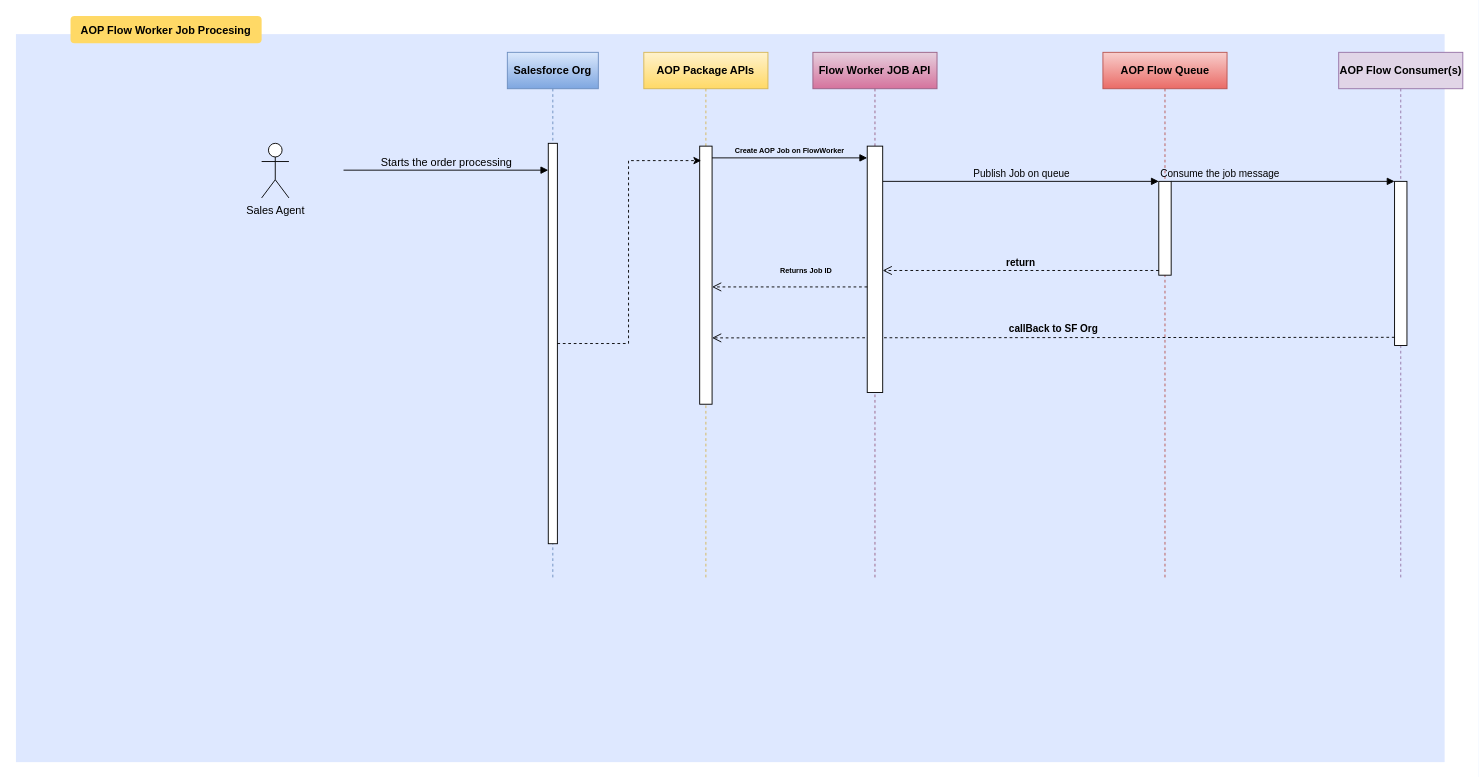
Before: HK_SEQ.drawio in Maxxpower/aop_diagrams, a draw.io diagram. Source tidied: cells renumbered, new cells numbered last; positions are measured from the earlier drawing's top-left corner, leaving out a move shared by most shapes. Both pictures are drawn from the tidied source at 91%, with x=0, y=0 at pixel (15, 15).
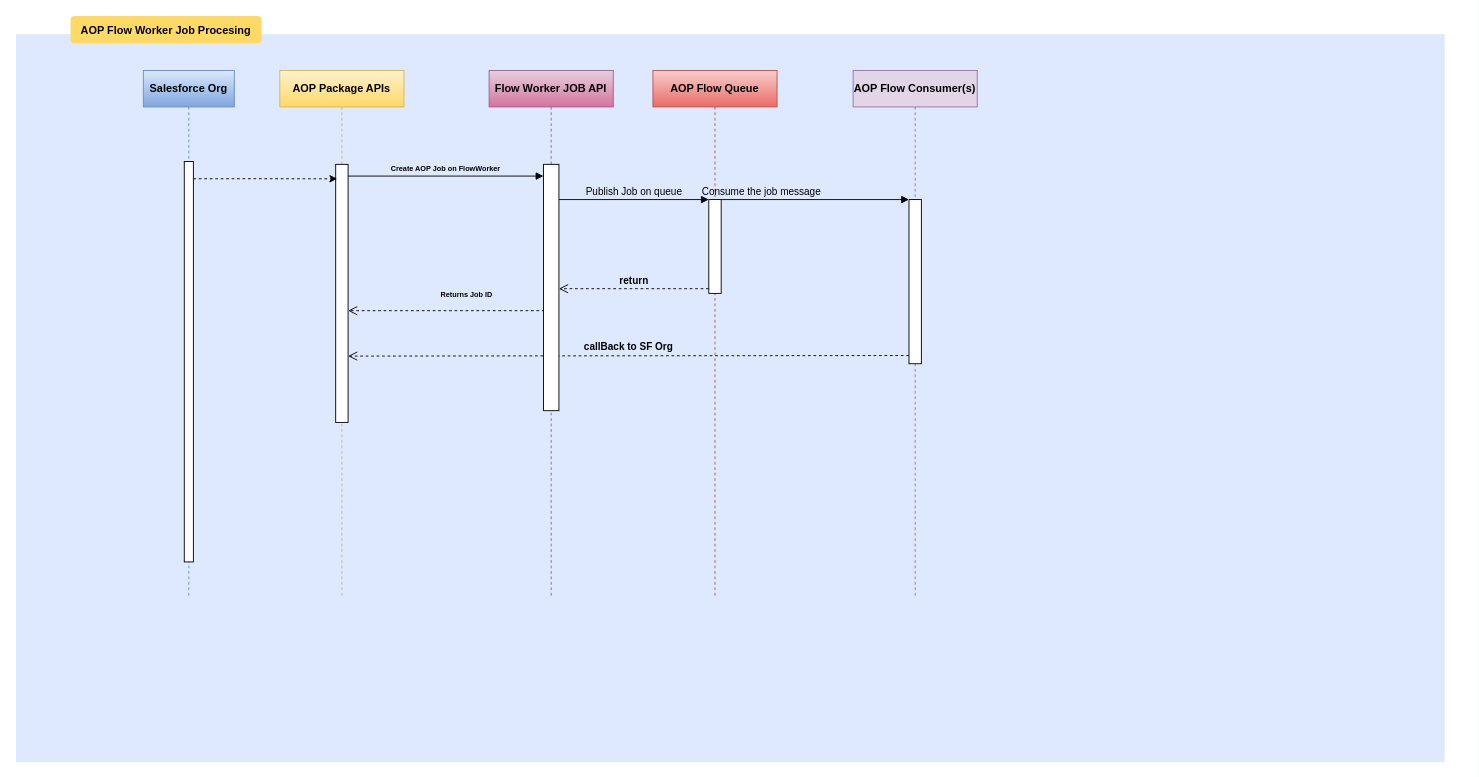
The same diagram, later.

Unchanged cells that the change refers to:
```xml
<mxCell id="13" style="html=1;points=[];perimeter=orthogonalPerimeter;" parent="4" vertex="1">
  <mxGeometry x="61.4" y="103.1" width="13.6" height="283.6" as="geometry" />
</mxCell>
<mxCell id="20" style="html=1;points=[];perimeter=orthogonalPerimeter;labelBackgroundColor=none;fontSize=12;" parent="19" vertex="1">
  <mxGeometry x="45" y="100" width="10" height="440" as="geometry" />
</mxCell>
```

What changed in the source:
```diff
@@
     <mxCell id="4" style="group;" parent="1" vertex="1">
-      <mxGeometry x="690" y="40" width="900" height="580" as="geometry" />
+      <mxGeometry x="290" y="60" width="900" height="580" as="geometry" />
     </mxCell>
@@
     <mxCell id="6" value="AOP Flow Queue" style="shape=umlLifeline;perimeter=lifelinePerimeter;whiteSpace=wrap;html=1;fillColor=#f8cecc;strokeColor=#b85450;fontStyle=1;gradientColor=#ea6b66;" parent="4" vertex="1">
-      <mxGeometry x="504.5" width="136.4" height="580" as="geometry" />
+      <mxGeometry x="410" width="136.4" height="580" as="geometry" />
     </mxCell>
@@
     <mxCell id="10" value="AOP Flow Consumer(s)" style="shape=umlLifeline;perimeter=lifelinePerimeter;whiteSpace=wrap;html=1;fillColor=#e1d5e7;strokeColor=#9673a6;fontStyle=1;" parent="4" vertex="1">
-      <mxGeometry x="763.6" width="136.4" height="580" as="geometry" />
+      <mxGeometry x="630" width="136.4" height="580" as="geometry" />
     </mxCell>
@@
+    <mxCell id="18" value="&lt;b&gt;Returns Job ID&lt;/b&gt;" style="html=1;verticalAlign=bottom;endArrow=open;dashed=1;endSize=8;rounded=0;labelBackgroundColor=none;fontSize=8;exitX=0.079;exitY=0.594;exitDx=0;exitDy=0;exitPerimeter=0;" parent="4" edge="1" source="17" target="13">
+      <mxGeometry x="-0.2" y="-10" relative="1" as="geometry" />
+    </mxCell>
+    <mxCell id="24" style="group;" parent="4" vertex="1">
+      <mxGeometry x="230" width="136.4" height="580" as="geometry" />
+    </mxCell>
-    <mxCell id="16" value="Flow Worker JOB API" style="shape=umlLifeline;perimeter=lifelinePerimeter;whiteSpace=wrap;html=1;labelBackgroundColor=none;fontSize=12;fillColor=#e6d0de;strokeColor=#996185;fontStyle=1;gradientColor=#d5739d;" parent="4" vertex="1">
-      <mxGeometry x="185.8" width="136.4" height="580" as="geometry" />
+    <mxCell id="16" value="Flow Worker JOB API" style="shape=umlLifeline;perimeter=lifelinePerimeter;whiteSpace=wrap;html=1;labelBackgroundColor=none;fontSize=12;fillColor=#e6d0de;strokeColor=#996185;fontStyle=1;gradientColor=#d5739d;" parent="24" vertex="1">
+      <mxGeometry width="136.4" height="580" as="geometry" />
     </mxCell>
-    <mxCell id="17" style="html=1;points=[];perimeter=orthogonalPerimeter;" parent="4" vertex="1">
-      <mxGeometry x="245.5" y="103.1" width="17" height="270.7" as="geometry" />
+    <mxCell id="17" style="html=1;points=[];perimeter=orthogonalPerimeter;" parent="24" vertex="1">
+      <mxGeometry x="59.7" y="103.1" width="17" height="270.7" as="geometry" />
     </mxCell>
-    <mxCell id="18" value="&lt;b&gt;Returns Job ID&lt;/b&gt;" style="html=1;verticalAlign=bottom;endArrow=open;dashed=1;endSize=8;rounded=0;labelBackgroundColor=none;fontSize=8;" parent="4" edge="1" target="13">
-      <mxGeometry x="-0.2" y="-10" relative="1" as="geometry">
-        <mxPoint x="245.5" y="257.8" as="sourcePoint" />
-      </mxGeometry>
-    </mxCell>
     <mxCell id="19" value="Salesforce Org" style="shape=umlLifeline;perimeter=lifelinePerimeter;whiteSpace=wrap;html=1;labelBackgroundColor=none;fontSize=12;fontStyle=1;fillColor=#dae8fc;strokeColor=#6c8ebf;gradientColor=#7ea6e0;" parent="1" vertex="1">
-      <mxGeometry x="540" y="40" width="100" height="580" as="geometry" />
+      <mxGeometry x="140" y="60" width="100" height="580" as="geometry" />
     </mxCell>
@@
-    <mxCell id="21" value="Sales Agent" style="shape=umlActor;verticalLabelPosition=bottom;verticalAlign=top;html=1;labelBackgroundColor=none;fontSize=12;" parent="1" vertex="1">
-      <mxGeometry x="270" y="140" width="30" height="60" as="geometry" />
-    </mxCell>
-    <mxCell id="22" value="Starts the order processing" style="html=1;verticalAlign=bottom;endArrow=block;rounded=0;labelBackgroundColor=none;fontSize=12;" parent="1" edge="1" target="20">
-      <mxGeometry relative="1" as="geometry">
-        <mxPoint x="360" y="169.5" as="sourcePoint" />
-      </mxGeometry>
-    </mxCell>
-    <mxCell id="23" style="edgeStyle=orthogonalEdgeStyle;rounded=0;jettySize=auto;html=1;entryX=0.12;entryY=0.056;entryDx=0;entryDy=0;entryPerimeter=0;dashed=1;" parent="1" edge="1" source="20" target="13">
+    <mxCell id="23" style="edgeStyle=orthogonalEdgeStyle;rounded=0;jettySize=auto;html=1;entryX=0.12;entryY=0.056;entryDx=0;entryDy=0;entryPerimeter=0;dashed=1;exitX=1;exitY=0.043;exitDx=0;exitDy=0;exitPerimeter=0;" parent="1" edge="1" source="20" target="13">
       <mxGeometry relative="1" as="geometry" />
     </mxCell>
```
